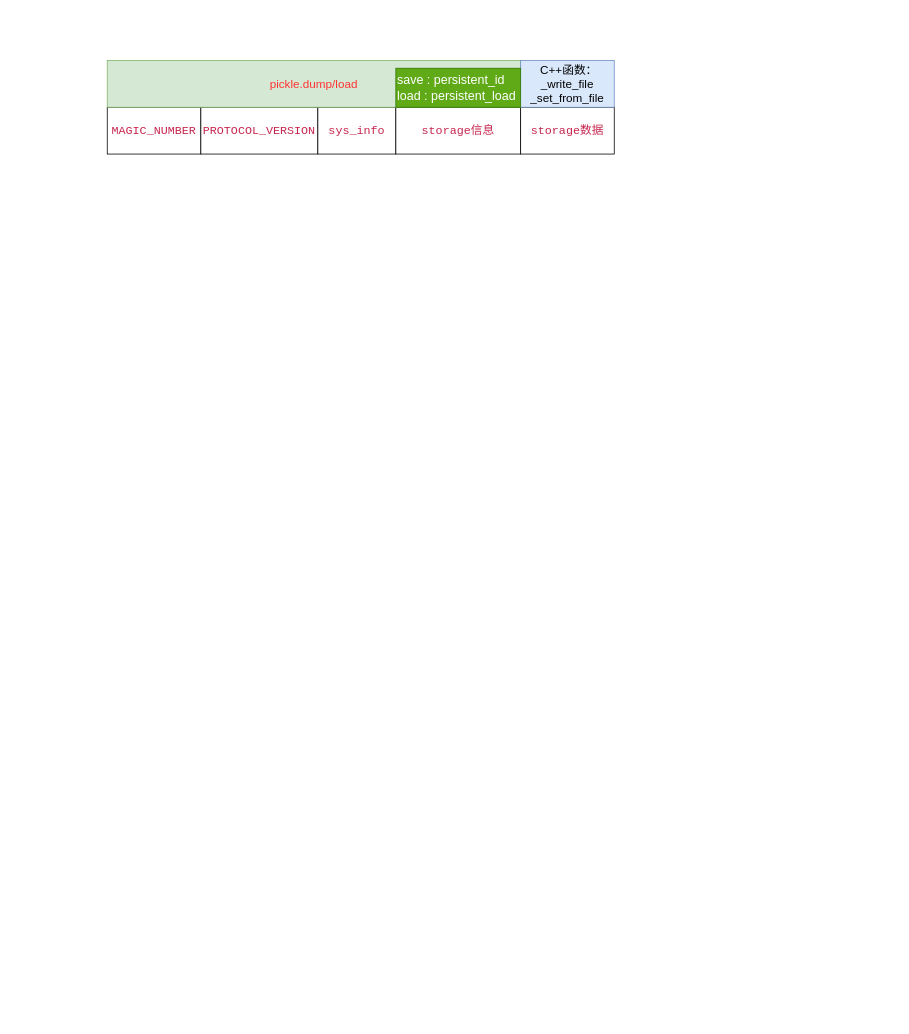
The draw.io diagram Untitled Diagram.drawio in hbwx24/draw.io, before the edit. Source tidied: cells renumbered, new cells numbered last; positions are measured from the earlier drawing's top-left corner, leaving out a move shared by most shapes. Both pictures are drawn from the tidied source at 78%, with x=0, y=0 at pixel (107, 60).
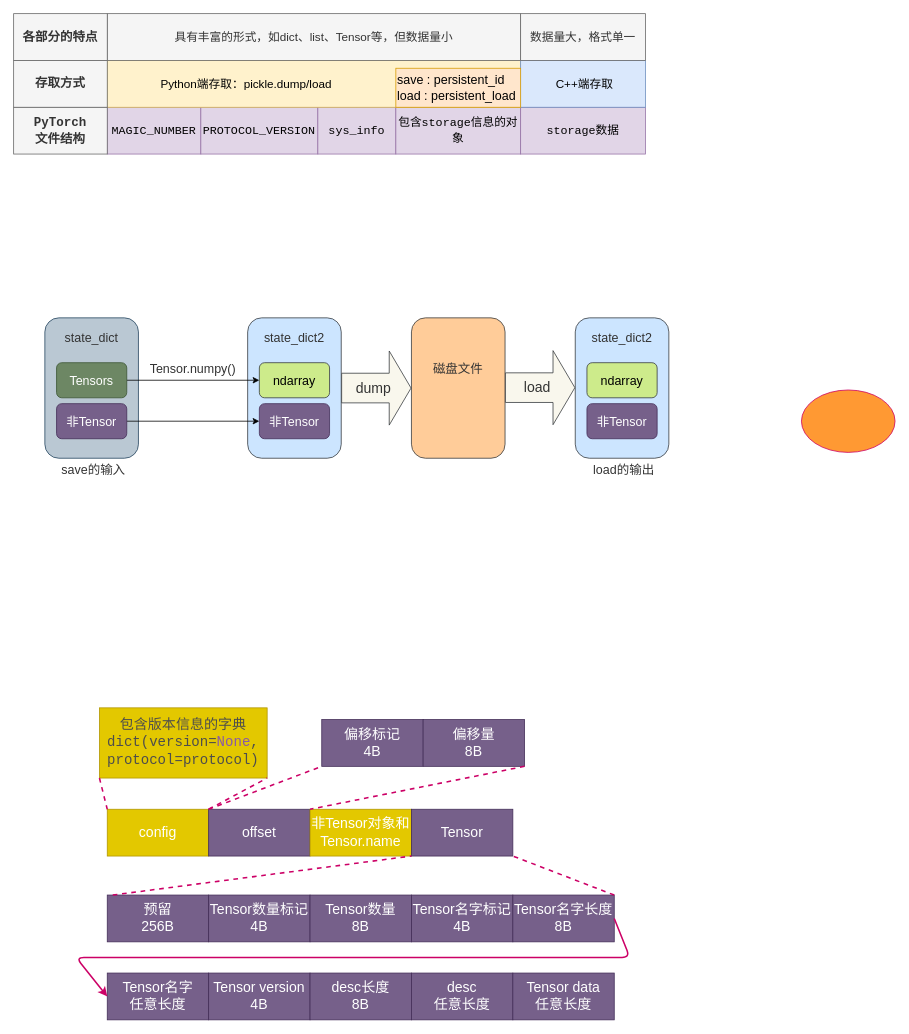
The same diagram, later.

Diff of the diagram source:
```diff
@@
+    <mxCell id="12" style="rounded=1;whiteSpace=wrap;html=1;labelBackgroundColor=none;strokeColor=#36393d;fillColor=#cce5ff;fontSize=16;" parent="1" vertex="1">
+      <mxGeometry x="180" y="330" width="120" height="180" as="geometry" />
+    </mxCell>
-    <mxCell id="2" value="&lt;span style=&quot;color: rgb(199, 37, 78); font-family: &amp;quot;source code pro&amp;quot;, monospace; font-size: 15px; text-align: left; background-color: rgb(254, 254, 254);&quot;&gt;MAGIC_NUMBER&lt;/span&gt;" style="rounded=0;whiteSpace=wrap;html=1;fontSize=15;" parent="1" vertex="1">
+    <mxCell id="2" value="&lt;span style=&quot;font-family: &amp;quot;source code pro&amp;quot;, monospace; font-size: 15px; text-align: left;&quot;&gt;MAGIC_NUMBER&lt;/span&gt;" style="rounded=0;whiteSpace=wrap;html=1;fontSize=15;labelBackgroundColor=none;fillColor=#e1d5e7;strokeColor=#9673a6;" parent="1" vertex="1">
       <mxGeometry y="60" width="120" height="60" as="geometry" />
     </mxCell>
-    <mxCell id="3" value="&lt;span style=&quot;color: rgb(199, 37, 78); font-family: &amp;quot;source code pro&amp;quot;, monospace; font-size: 15px; text-align: left; background-color: rgb(254, 254, 254);&quot;&gt;PROTOCOL_VERSION&lt;/span&gt;" style="rounded=0;whiteSpace=wrap;html=1;fontSize=15;" parent="1" vertex="1">
+    <mxCell id="3" value="&lt;span style=&quot;font-family: &amp;quot;source code pro&amp;quot;, monospace; font-size: 15px; text-align: left;&quot;&gt;PROTOCOL_VERSION&lt;/span&gt;" style="rounded=0;whiteSpace=wrap;html=1;fontSize=15;labelBackgroundColor=none;fillColor=#e1d5e7;strokeColor=#9673a6;" parent="1" vertex="1">
       <mxGeometry x="120" y="60" width="150" height="60" as="geometry" />
     </mxCell>
@@
-    <mxCell id="6" value="&lt;span style=&quot;color: rgb(199, 37, 78); font-family: &amp;quot;source code pro&amp;quot;, monospace; font-size: 15px; text-align: left; background-color: rgb(254, 254, 254);&quot;&gt;sys_info&lt;/span&gt;" style="rounded=0;whiteSpace=wrap;html=1;fontSize=15;" parent="1" vertex="1">
+    <mxCell id="6" value="&lt;span style=&quot;font-family: &amp;quot;source code pro&amp;quot;, monospace; font-size: 15px; text-align: left;&quot;&gt;sys_info&lt;/span&gt;" style="rounded=0;whiteSpace=wrap;html=1;fontSize=15;labelBackgroundColor=none;fillColor=#e1d5e7;strokeColor=#9673a6;" parent="1" vertex="1">
       <mxGeometry x="270" y="60" width="100" height="60" as="geometry" />
     </mxCell>
-    <mxCell id="7" value="&lt;span style=&quot;color: rgb(199, 37, 78); font-family: &amp;quot;source code pro&amp;quot;, monospace; text-align: left; background-color: rgb(254, 254, 254); font-size: 15px;&quot;&gt;&lt;font style=&quot;font-size: 15px;&quot;&gt;storage信息&lt;/font&gt;&lt;/span&gt;" style="rounded=0;whiteSpace=wrap;html=1;fontSize=15;" parent="1" vertex="1">
+    <mxCell id="7" value="&lt;span style=&quot;font-family: &amp;quot;source code pro&amp;quot;, monospace; text-align: left; font-size: 15px;&quot;&gt;&lt;font style=&quot;font-size: 15px&quot;&gt;包含storage信息的对象&lt;/font&gt;&lt;/span&gt;" style="rounded=0;whiteSpace=wrap;html=1;fontSize=15;labelBackgroundColor=none;fillColor=#e1d5e7;strokeColor=#9673a6;" parent="1" vertex="1">
       <mxGeometry x="370" y="60" width="160" height="60" as="geometry" />
     </mxCell>
-    <mxCell id="8" value="&lt;span style=&quot;color: rgb(199, 37, 78); font-family: &amp;quot;source code pro&amp;quot;, monospace; font-size: 15px; text-align: left; background-color: rgb(254, 254, 254);&quot;&gt;storage数据&lt;/span&gt;" style="rounded=0;whiteSpace=wrap;html=1;fontSize=15;" parent="1" vertex="1">
-      <mxGeometry x="530" y="60" width="120" height="60" as="geometry" />
+    <mxCell id="8" value="&lt;span style=&quot;font-family: &amp;quot;source code pro&amp;quot;, monospace; font-size: 15px; text-align: left;&quot;&gt;storage数据&lt;/span&gt;" style="rounded=0;whiteSpace=wrap;html=1;fontSize=15;labelBackgroundColor=none;fillColor=#e1d5e7;strokeColor=#9673a6;" parent="1" vertex="1">
+      <mxGeometry x="530" y="60" width="160" height="60" as="geometry" />
     </mxCell>
-    <mxCell id="9" value="&lt;font color=&quot;#ff3333&quot;&gt;pickle.dump/load&lt;/font&gt;" style="rounded=0;whiteSpace=wrap;html=1;fillColor=#d5e8d4;strokeColor=#82b366;fontSize=15;" parent="1" vertex="1">
+    <mxCell id="9" value="&lt;font&gt;&amp;nbsp; &amp;nbsp; &amp;nbsp; &amp;nbsp; &amp;nbsp; &amp;nbsp; &amp;nbsp; &amp;nbsp; Python端存取：pickle.dump/load&lt;/font&gt;" style="rounded=0;whiteSpace=wrap;html=1;fontSize=15;align=left;fillColor=#fff2cc;strokeColor=#d6b656;" parent="1" vertex="1">
       <mxGeometry width="530" height="60" as="geometry" />
     </mxCell>
-    <mxCell id="10" value="&amp;nbsp;C++函数：&lt;br&gt;_write_file&lt;br&gt;_set_from_file" style="rounded=0;whiteSpace=wrap;html=1;fillColor=#dae8fc;strokeColor=#6c8ebf;fontSize=15;align=center;" parent="1" vertex="1">
-      <mxGeometry x="530" width="120" height="60" as="geometry" />
+    <mxCell id="10" value="&lt;font&gt;&amp;nbsp;C++端存取&lt;/font&gt;" style="rounded=0;whiteSpace=wrap;html=1;fontSize=15;align=center;fillColor=#dae8fc;strokeColor=#6c8ebf;" parent="1" vertex="1">
+      <mxGeometry x="530" width="160" height="60" as="geometry" />
     </mxCell>
-    <mxCell id="11" value="&lt;font style=&quot;font-size: 16px&quot;&gt;save : persistent_id&lt;br&gt;load : persistent_load&lt;/font&gt;" style="rounded=0;whiteSpace=wrap;html=1;fillColor=#60a917;strokeColor=#2D7600;fontColor=#ffffff;align=left;" parent="1" vertex="1">
+    <mxCell id="11" value="&lt;font style=&quot;font-size: 16px&quot;&gt;save : persistent_id&lt;br&gt;load : persistent_load&lt;/font&gt;" style="rounded=0;whiteSpace=wrap;html=1;align=left;fillColor=#ffe6cc;strokeColor=#d79b00;" parent="1" vertex="1">
       <mxGeometry x="370" y="10" width="160" height="50" as="geometry" />
     </mxCell>
+    <mxCell id="13" value="具有丰富的形式，如dict、list、Tensor等，但数据量小" style="rounded=0;whiteSpace=wrap;html=1;fontSize=15;fillColor=#f5f5f5;strokeColor=#666666;fontColor=#333333;" parent="1" vertex="1">
+      <mxGeometry y="-60" width="530" height="60" as="geometry" />
+    </mxCell>
+    <mxCell id="14" value="数据量大，格式单一" style="rounded=0;whiteSpace=wrap;html=1;fontSize=15;fillColor=#f5f5f5;strokeColor=#666666;fontColor=#333333;" parent="1" vertex="1">
+      <mxGeometry x="530" y="-60" width="160" height="60" as="geometry" />
+    </mxCell>
+    <mxCell id="15" value="&lt;span style=&quot;font-family: &amp;quot;source code pro&amp;quot;, monospace; font-size: 16px; text-align: left;&quot;&gt;PyTorch&lt;br style=&quot;font-size: 16px;&quot;&gt;文件结构&lt;/span&gt;" style="rounded=0;whiteSpace=wrap;html=1;fontSize=16;fontStyle=1;fillColor=#f5f5f5;strokeColor=#666666;labelBackgroundColor=none;fontColor=#333333;" parent="1" vertex="1">
+      <mxGeometry x="-120" y="60" width="120" height="60" as="geometry" />
+    </mxCell>
+    <mxCell id="16" value="&lt;span style=&quot;font-family: &amp;quot;source code pro&amp;quot;, monospace; font-size: 16px; text-align: left;&quot;&gt;存取方式&lt;/span&gt;" style="rounded=0;whiteSpace=wrap;html=1;fontSize=16;fontStyle=1;fillColor=#f5f5f5;strokeColor=#666666;labelBackgroundColor=none;fontColor=#333333;" parent="1" vertex="1">
+      <mxGeometry x="-120" width="120" height="60" as="geometry" />
+    </mxCell>
+    <mxCell id="17" value="&lt;span style=&quot;font-family: &amp;quot;source code pro&amp;quot;, monospace; font-size: 16px; text-align: left;&quot;&gt;各部分的特点&lt;/span&gt;" style="rounded=0;whiteSpace=wrap;html=1;fontSize=16;fontStyle=1;fillColor=#f5f5f5;strokeColor=#666666;labelBackgroundColor=none;fontColor=#333333;" parent="1" vertex="1">
+      <mxGeometry x="-120" y="-60" width="120" height="60" as="geometry" />
+    </mxCell>
+    <mxCell id="18" style="rounded=1;whiteSpace=wrap;html=1;labelBackgroundColor=none;strokeColor=#23445d;fillColor=#bac8d3;fontSize=16;" parent="1" vertex="1">
+      <mxGeometry x="-80" y="330" width="120" height="180" as="geometry" />
+    </mxCell>
+    <mxCell id="19" value="state_dict" style="text;html=1;strokeColor=none;fillColor=none;align=center;verticalAlign=middle;whiteSpace=wrap;rounded=0;labelBackgroundColor=none;fontSize=16;fontColor=#333333;" parent="1" vertex="1">
+      <mxGeometry x="-55" y="340" width="70" height="30" as="geometry" />
+    </mxCell>
+    <mxCell id="20" style="edgeStyle=orthogonalEdgeStyle;rounded=0;jettySize=auto;html=1;exitX=1;exitY=0.5;exitDx=0;exitDy=0;entryX=0;entryY=0.5;entryDx=0;entryDy=0;fontSize=16;fontColor=#333333;" parent="1" edge="1" source="21" target="24">
+      <mxGeometry relative="1" as="geometry" />
+    </mxCell>
+    <mxCell id="21" value="Tensors" style="rounded=1;whiteSpace=wrap;html=1;labelBackgroundColor=none;strokeColor=#3A5431;fillColor=#6d8764;fontSize=16;fontColor=#ffffff;" parent="1" vertex="1">
+      <mxGeometry x="-65" y="387.5" width="90" height="45" as="geometry" />
+    </mxCell>
+    <mxCell id="22" style="edgeStyle=orthogonalEdgeStyle;rounded=0;jettySize=auto;html=1;exitX=1;exitY=0.5;exitDx=0;exitDy=0;entryX=0;entryY=0.5;entryDx=0;entryDy=0;fontSize=16;fontColor=#333333;" parent="1" edge="1" source="23" target="26">
+      <mxGeometry relative="1" as="geometry" />
+    </mxCell>
+    <mxCell id="23" value="非Tensor" style="rounded=1;whiteSpace=wrap;html=1;labelBackgroundColor=none;strokeColor=#432D57;fillColor=#76608a;fontSize=16;fontColor=#ffffff;" parent="1" vertex="1">
+      <mxGeometry x="-65" y="440" width="90" height="45" as="geometry" />
+    </mxCell>
+    <mxCell id="24" value="ndarray" style="rounded=1;whiteSpace=wrap;html=1;labelBackgroundColor=none;strokeColor=#36393d;fillColor=#cdeb8b;fontSize=16;" parent="1" vertex="1">
+      <mxGeometry x="195" y="387.5" width="90" height="45" as="geometry" />
+    </mxCell>
+    <mxCell id="25" value="state_dict2" style="text;html=1;strokeColor=none;fillColor=none;align=center;verticalAlign=middle;whiteSpace=wrap;rounded=0;labelBackgroundColor=none;fontSize=16;fontColor=#333333;" parent="1" vertex="1">
+      <mxGeometry x="205" y="340" width="70" height="30" as="geometry" />
+    </mxCell>
+    <mxCell id="26" value="非Tensor" style="rounded=1;whiteSpace=wrap;html=1;labelBackgroundColor=none;strokeColor=#432D57;fillColor=#76608a;fontSize=16;fontColor=#ffffff;" parent="1" vertex="1">
+      <mxGeometry x="195" y="440" width="90" height="45" as="geometry" />
+    </mxCell>
+    <mxCell id="27" value="Tensor.numpy()" style="text;html=1;strokeColor=none;fillColor=none;align=center;verticalAlign=middle;whiteSpace=wrap;rounded=0;labelBackgroundColor=none;fontSize=16;fontColor=#333333;" parent="1" vertex="1">
+      <mxGeometry x="50" y="380" width="120" height="30" as="geometry" />
+    </mxCell>
+    <mxCell id="28" style="rounded=1;whiteSpace=wrap;html=1;labelBackgroundColor=none;strokeColor=#36393d;fillColor=#ffcc99;fontSize=16;" parent="1" vertex="1">
+      <mxGeometry x="390" y="330" width="120" height="180" as="geometry" />
+    </mxCell>
+    <mxCell id="29" style="shape=flexArrow;endArrow=classic;html=1;fontSize=16;fontColor=#333333;entryX=0;entryY=0.5;entryDx=0;entryDy=0;exitX=1;exitY=0.5;exitDx=0;exitDy=0;width=38;endSize=9;endWidth=56;fillColor=#f9f7ed;strokeColor=#36393d;" parent="1" edge="1" source="12" target="28">
+      <mxGeometry relative="1" as="geometry" />
+    </mxCell>
+    <mxCell id="30" value="dump" style="edgeLabel;html=1;align=center;verticalAlign=middle;fontSize=18;fontColor=#333333;labelBackgroundColor=none;" parent="29" vertex="1">
+      <mxGeometry x="-0.33" y="9" relative="1" as="geometry">
+        <mxPoint x="10" y="9" as="offset" />
+      </mxGeometry>
+    </mxCell>
+    <mxCell id="31" value="磁盘文件" style="text;html=1;strokeColor=none;fillColor=none;align=center;verticalAlign=middle;whiteSpace=wrap;rounded=0;labelBackgroundColor=none;fontSize=16;fontColor=#333333;" parent="1" vertex="1">
+      <mxGeometry x="415" y="380" width="70" height="30" as="geometry" />
+    </mxCell>
+    <mxCell id="32" style="shape=flexArrow;endArrow=classic;html=1;fontSize=16;fontColor=#333333;entryX=0;entryY=0.5;entryDx=0;entryDy=0;exitX=1;exitY=0.5;exitDx=0;exitDy=0;width=38;endSize=9;endWidth=56;fillColor=#f9f7ed;strokeColor=#36393d;" parent="1" edge="1">
+      <mxGeometry relative="1" as="geometry">
+        <mxPoint x="510" y="419.5" as="sourcePoint" />
+        <mxPoint x="600" y="419.5" as="targetPoint" />
+      </mxGeometry>
+    </mxCell>
+    <mxCell id="33" value="load" style="edgeLabel;html=1;align=center;verticalAlign=middle;fontSize=18;fontColor=#333333;labelBackgroundColor=none;" parent="32" vertex="1">
+      <mxGeometry x="-0.33" y="9" relative="1" as="geometry">
+        <mxPoint x="10" y="9" as="offset" />
+      </mxGeometry>
+    </mxCell>
+    <mxCell id="34" style="rounded=1;whiteSpace=wrap;html=1;labelBackgroundColor=none;strokeColor=#36393d;fillColor=#cce5ff;fontSize=16;" parent="1" vertex="1">
+      <mxGeometry x="600" y="330" width="120" height="180" as="geometry" />
+    </mxCell>
+    <mxCell id="35" value="ndarray" style="rounded=1;whiteSpace=wrap;html=1;labelBackgroundColor=none;strokeColor=#36393d;fillColor=#cdeb8b;fontSize=16;" parent="1" vertex="1">
+      <mxGeometry x="615" y="387.5" width="90" height="45" as="geometry" />
+    </mxCell>
+    <mxCell id="36" value="state_dict2" style="text;html=1;strokeColor=none;fillColor=none;align=center;verticalAlign=middle;whiteSpace=wrap;rounded=0;labelBackgroundColor=none;fontSize=16;fontColor=#333333;" parent="1" vertex="1">
+      <mxGeometry x="625" y="340" width="70" height="30" as="geometry" />
+    </mxCell>
+    <mxCell id="37" value="非Tensor" style="rounded=1;whiteSpace=wrap;html=1;labelBackgroundColor=none;strokeColor=#432D57;fillColor=#76608a;fontSize=16;fontColor=#ffffff;" parent="1" vertex="1">
+      <mxGeometry x="615" y="440" width="90" height="45" as="geometry" />
+    </mxCell>
+    <mxCell id="38" value="save的输入" style="text;html=1;strokeColor=none;fillColor=none;align=center;verticalAlign=middle;whiteSpace=wrap;rounded=0;labelBackgroundColor=none;fontSize=16;fontColor=#333333;" parent="1" vertex="1">
+      <mxGeometry x="-75" y="510" width="115" height="30" as="geometry" />
+    </mxCell>
+    <mxCell id="39" value="load的输出" style="text;html=1;strokeColor=none;fillColor=none;align=center;verticalAlign=middle;whiteSpace=wrap;rounded=0;labelBackgroundColor=none;fontSize=16;fontColor=#333333;" parent="1" vertex="1">
+      <mxGeometry x="605" y="510" width="115" height="30" as="geometry" />
+    </mxCell>
+    <mxCell id="40" style="ellipse;whiteSpace=wrap;html=1;labelBackgroundColor=none;strokeColor=#CC0066;fillColor=#FF9933;fontSize=18;fontColor=#333333;" parent="1" vertex="1">
+      <mxGeometry x="890" y="422.5" width="120" height="80" as="geometry" />
+    </mxCell>
+    <mxCell id="41" value="config" style="rounded=0;whiteSpace=wrap;html=1;labelBackgroundColor=none;strokeColor=#B09500;fillColor=#e3c800;fontSize=18;fontColor=#ffffff;" parent="1" vertex="1">
+      <mxGeometry y="960" width="130" height="60" as="geometry" />
+    </mxCell>
+    <mxCell id="42" value="offset" style="rounded=0;whiteSpace=wrap;html=1;labelBackgroundColor=none;strokeColor=#432D57;fillColor=#76608a;fontSize=18;fontColor=#ffffff;" parent="1" vertex="1">
+      <mxGeometry x="130" y="960" width="130" height="60" as="geometry" />
+    </mxCell>
+    <mxCell id="43" value="非Tensor对象和Tensor.name" style="rounded=0;whiteSpace=wrap;html=1;labelBackgroundColor=none;strokeColor=#B09500;fillColor=#e3c800;fontSize=18;fontColor=#ffffff;" parent="1" vertex="1">
+      <mxGeometry x="260" y="960" width="130" height="60" as="geometry" />
+    </mxCell>
+    <mxCell id="44" value="Tensor" style="rounded=0;whiteSpace=wrap;html=1;labelBackgroundColor=none;strokeColor=#432D57;fillColor=#76608a;fontSize=18;fontColor=#ffffff;" parent="1" vertex="1">
+      <mxGeometry x="390" y="960" width="130" height="60" as="geometry" />
+    </mxCell>
+    <mxCell id="45" value="预留&lt;br&gt;256B" style="rounded=0;whiteSpace=wrap;html=1;labelBackgroundColor=none;strokeColor=#432D57;fillColor=#76608a;fontSize=18;fontColor=#ffffff;" parent="1" vertex="1">
+      <mxGeometry y="1070" width="130" height="60" as="geometry" />
+    </mxCell>
+    <mxCell id="46" value="Tensor数量标记&lt;br&gt;4B" style="rounded=0;whiteSpace=wrap;html=1;labelBackgroundColor=none;strokeColor=#432D57;fillColor=#76608a;fontSize=18;fontColor=#ffffff;" parent="1" vertex="1">
+      <mxGeometry x="130" y="1070" width="130" height="60" as="geometry" />
+    </mxCell>
+    <mxCell id="47" value="Tensor名字标记&lt;br&gt;4B" style="rounded=0;whiteSpace=wrap;html=1;labelBackgroundColor=none;strokeColor=#432D57;fillColor=#76608a;fontSize=18;fontColor=#ffffff;" parent="1" vertex="1">
+      <mxGeometry x="390" y="1070" width="130" height="60" as="geometry" />
+    </mxCell>
+    <mxCell id="48" value="Tensor数量&lt;br&gt;8B" style="rounded=0;whiteSpace=wrap;html=1;labelBackgroundColor=none;strokeColor=#432D57;fillColor=#76608a;fontSize=18;fontColor=#ffffff;" parent="1" vertex="1">
+      <mxGeometry x="260" y="1070" width="130" height="60" as="geometry" />
+    </mxCell>
+    <mxCell id="49" value="Tensor名字长度&lt;br&gt;8B" style="rounded=0;whiteSpace=wrap;html=1;labelBackgroundColor=none;strokeColor=#432D57;fillColor=#76608a;fontSize=18;fontColor=#ffffff;" parent="1" vertex="1">
+      <mxGeometry x="520" y="1070" width="130" height="60" as="geometry" />
+    </mxCell>
+    <mxCell id="50" value="Tensor名字&lt;br&gt;任意长度" style="rounded=0;whiteSpace=wrap;html=1;labelBackgroundColor=none;strokeColor=#432D57;fillColor=#76608a;fontSize=18;fontColor=#ffffff;" parent="1" vertex="1">
+      <mxGeometry y="1170" width="130" height="60" as="geometry" />
+    </mxCell>
+    <mxCell id="51" value="Tensor version&lt;br&gt;4B" style="rounded=0;whiteSpace=wrap;html=1;labelBackgroundColor=none;strokeColor=#432D57;fillColor=#76608a;fontSize=18;fontColor=#ffffff;" parent="1" vertex="1">
+      <mxGeometry x="130" y="1170" width="130" height="60" as="geometry" />
+    </mxCell>
+    <mxCell id="52" value="desc长度&lt;br&gt;8B" style="rounded=0;whiteSpace=wrap;html=1;labelBackgroundColor=none;strokeColor=#432D57;fillColor=#76608a;fontSize=18;fontColor=#ffffff;" parent="1" vertex="1">
+      <mxGeometry x="260" y="1170" width="130" height="60" as="geometry" />
+    </mxCell>
+    <mxCell id="53" value="desc&lt;br&gt;任意长度" style="rounded=0;whiteSpace=wrap;html=1;labelBackgroundColor=none;strokeColor=#432D57;fillColor=#76608a;fontSize=18;fontColor=#ffffff;" parent="1" vertex="1">
+      <mxGeometry x="390" y="1170" width="130" height="60" as="geometry" />
+    </mxCell>
+    <mxCell id="54" value="Tensor data&lt;br&gt;任意长度" style="rounded=0;whiteSpace=wrap;html=1;labelBackgroundColor=none;strokeColor=#432D57;fillColor=#76608a;fontSize=18;fontColor=#ffffff;" parent="1" vertex="1">
+      <mxGeometry x="520" y="1170" width="130" height="60" as="geometry" />
+    </mxCell>
+    <mxCell id="55" style="endArrow=classic;html=1;strokeWidth=2;fontSize=18;fontColor=#333333;exitX=1;exitY=0.5;exitDx=0;exitDy=0;entryX=0;entryY=0.5;entryDx=0;entryDy=0;strokeColor=#CC0066;" parent="1" edge="1" source="49" target="50">
+      <mxGeometry relative="1" as="geometry">
+        <Array as="points">
+          <mxPoint x="670" y="1150" />
+          <mxPoint x="-40" y="1150" />
+        </Array>
+      </mxGeometry>
+    </mxCell>
+    <mxCell id="56" value="偏移标记&lt;br&gt;4B" style="rounded=0;whiteSpace=wrap;html=1;labelBackgroundColor=none;strokeColor=#432D57;fillColor=#76608a;fontSize=18;fontColor=#ffffff;" parent="1" vertex="1">
+      <mxGeometry x="275" y="845" width="130" height="60" as="geometry" />
+    </mxCell>
+    <mxCell id="57" value="偏移量&lt;br&gt;8B" style="rounded=0;whiteSpace=wrap;html=1;labelBackgroundColor=none;strokeColor=#432D57;fillColor=#76608a;fontSize=18;fontColor=#ffffff;" parent="1" vertex="1">
+      <mxGeometry x="405" y="845" width="130" height="60" as="geometry" />
+    </mxCell>
+    <mxCell id="58" value="&lt;font style=&quot;font-size: 18px&quot;&gt;&lt;span class=&quot;pln&quot; style=&quot;box-sizing: border-box ; color: rgb(77 , 77 , 76) ; font-family: &amp;#34;source code pro&amp;#34; , monospace ; text-align: left ; outline: 0px&quot;&gt;包含版本信息的字典dict&lt;/span&gt;&lt;span class=&quot;pun&quot; style=&quot;box-sizing: border-box ; color: rgb(77 , 77 , 76) ; font-family: &amp;#34;source code pro&amp;#34; , monospace ; text-align: left ; outline: 0px&quot;&gt;(&lt;/span&gt;&lt;span class=&quot;pln&quot; style=&quot;box-sizing: border-box ; color: rgb(77 , 77 , 76) ; font-family: &amp;#34;source code pro&amp;#34; , monospace ; text-align: left ; outline: 0px&quot;&gt;version&lt;/span&gt;&lt;span class=&quot;pun&quot; style=&quot;box-sizing: border-box ; color: rgb(77 , 77 , 76) ; font-family: &amp;#34;source code pro&amp;#34; , monospace ; text-align: left ; outline: 0px&quot;&gt;=&lt;/span&gt;&lt;span class=&quot;kwd&quot; style=&quot;box-sizing: border-box ; color: rgb(137 , 89 , 168) ; font-family: &amp;#34;source code pro&amp;#34; , monospace ; text-align: left ; outline: 0px&quot;&gt;None&lt;/span&gt;&lt;span class=&quot;pun&quot; style=&quot;box-sizing: border-box ; color: rgb(77 , 77 , 76) ; font-family: &amp;#34;source code pro&amp;#34; , monospace ; text-align: left ; outline: 0px&quot;&gt;,&lt;/span&gt;&lt;span class=&quot;pln&quot; style=&quot;box-sizing: border-box ; color: rgb(77 , 77 , 76) ; font-family: &amp;#34;source code pro&amp;#34; , monospace ; text-align: left ; outline: 0px&quot;&gt; protocol&lt;/span&gt;&lt;span class=&quot;pun&quot; style=&quot;box-sizing: border-box ; color: rgb(77 , 77 , 76) ; font-family: &amp;#34;source code pro&amp;#34; , monospace ; text-align: left ; outline: 0px&quot;&gt;=&lt;/span&gt;&lt;span class=&quot;pln&quot; style=&quot;box-sizing: border-box ; color: rgb(77 , 77 , 76) ; font-family: &amp;#34;source code pro&amp;#34; , monospace ; text-align: left ; outline: 0px&quot;&gt;protocol&lt;/span&gt;&lt;span class=&quot;pun&quot; style=&quot;box-sizing: border-box ; color: rgb(77 , 77 , 76) ; font-family: &amp;#34;source code pro&amp;#34; , monospace ; text-align: left ; outline: 0px&quot;&gt;)&lt;/span&gt;&lt;/font&gt;" style="rounded=0;whiteSpace=wrap;html=1;labelBackgroundColor=none;strokeColor=#B09500;fillColor=#e3c800;fontSize=18;fontColor=#ffffff;" parent="1" vertex="1">
+      <mxGeometry x="-10" y="830" width="215" height="90" as="geometry" />
+    </mxCell>
+    <mxCell id="59" style="endArrow=none;dashed=1;html=1;strokeColor=#CC0066;strokeWidth=2;fontSize=18;fontColor=#333333;exitX=0.054;exitY=0;exitDx=0;exitDy=0;exitPerimeter=0;entryX=1;entryY=1;entryDx=0;entryDy=0;" parent="1" edge="1" source="45" target="43">
+      <mxGeometry relative="1" as="geometry" />
+    </mxCell>
+    <mxCell id="60" style="endArrow=none;dashed=1;html=1;strokeColor=#CC0066;strokeWidth=2;fontSize=18;fontColor=#333333;entryX=1;entryY=1;entryDx=0;entryDy=0;exitX=1;exitY=0;exitDx=0;exitDy=0;" parent="1" edge="1" source="49" target="44">
+      <mxGeometry relative="1" as="geometry" />
+    </mxCell>
+    <mxCell id="61" style="endArrow=none;dashed=1;html=1;strokeColor=#CC0066;strokeWidth=2;fontSize=18;fontColor=#333333;entryX=0;entryY=0;entryDx=0;entryDy=0;exitX=1;exitY=1;exitDx=0;exitDy=0;" parent="1" edge="1" source="57" target="43">
+      <mxGeometry relative="1" as="geometry" />
+    </mxCell>
+    <mxCell id="62" style="endArrow=none;dashed=1;html=1;strokeColor=#CC0066;strokeWidth=2;fontSize=18;fontColor=#333333;exitX=0;exitY=0;exitDx=0;exitDy=0;entryX=0;entryY=1;entryDx=0;entryDy=0;" parent="1" edge="1" source="42" target="56">
+      <mxGeometry relative="1" as="geometry" />
+    </mxCell>
+    <mxCell id="63" style="endArrow=none;dashed=1;html=1;strokeColor=#CC0066;strokeWidth=2;fontSize=18;entryX=0;entryY=0;entryDx=0;entryDy=0;exitX=0;exitY=1;exitDx=0;exitDy=0;fontColor=#666600;" parent="1" edge="1" source="58" target="41">
+      <mxGeometry relative="1" as="geometry" />
+    </mxCell>
+    <mxCell id="64" style="endArrow=none;dashed=1;html=1;strokeColor=#CC0066;strokeWidth=2;fontSize=18;fontColor=#666600;entryX=1;entryY=1;entryDx=0;entryDy=0;exitX=1;exitY=0;exitDx=0;exitDy=0;" parent="1" edge="1" source="41" target="58">
+      <mxGeometry relative="1" as="geometry" />
+    </mxCell>
```
